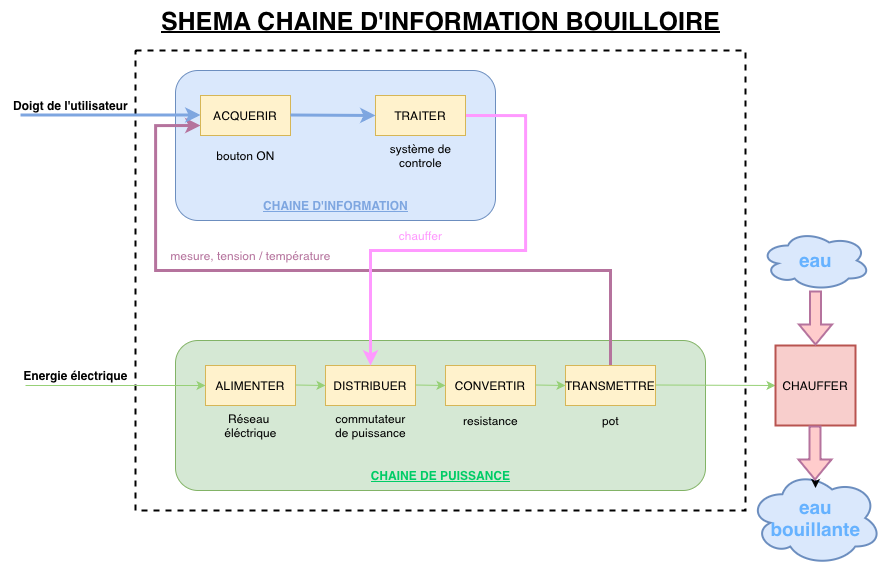
Before: Doc/AF/AFI/boilloire shema.drawio.png, a diagram exported from draw.io (Caillou19/Classeur-SI). Source tidied: cells renumbered, new cells last; positions are measured from the earlier drawing's top-left corner, leaving out a move shared by most shapes.
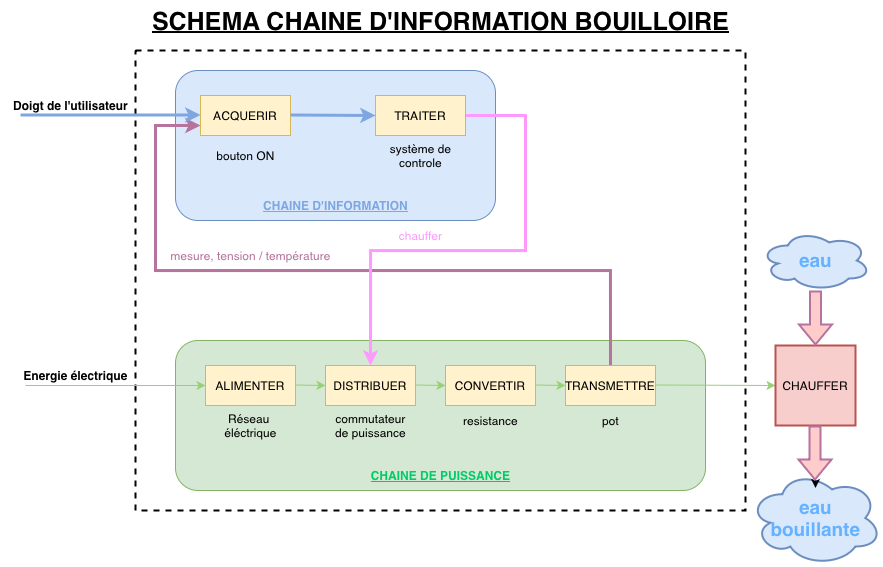
The same diagram one commit later.

The edit, as a diff of the source:
```diff
@@ -151,8 +151,8 @@
     <mxCell id="39" value="&lt;font style=&quot;font-size: 19px;&quot; color=&quot;#66b2ff&quot;&gt;&lt;b style=&quot;&quot;&gt;eau&lt;/b&gt;&lt;/font&gt;&lt;div style=&quot;font-size: 19px;&quot;&gt;&lt;font style=&quot;font-size: 19px;&quot; color=&quot;#66b2ff&quot;&gt;&lt;b style=&quot;&quot;&gt;bouillante&lt;/b&gt;&lt;/font&gt;&lt;/div&gt;" style="text;html=1;align=center;verticalAlign=middle;points=[];strokeColor=none;fillColor=none;" parent="1" vertex="1">
       <mxGeometry x="760" y="487.5" width="110" height="60" as="geometry" />
     </mxCell>
-    <mxCell id="40" value="&lt;font style=&quot;font-size: 25px;&quot;&gt;&lt;b&gt;&lt;u&gt;SHEMA CHAINE D'INFORMATION BOUILLOIRE&lt;/u&gt;&lt;/b&gt;&lt;/font&gt;" style="text;html=1;align=center;verticalAlign=middle;strokeColor=none;fillColor=none;" parent="1" vertex="1">
-      <mxGeometry x="150" width="580" height="40" as="geometry" />
+    <mxCell id="40" value="&lt;font style=&quot;font-size: 25px;&quot;&gt;&lt;b&gt;&lt;u&gt;SCHEMA CHAINE D'INFORMATION BOUILLOIRE&lt;/u&gt;&lt;/b&gt;&lt;/font&gt;" style="text;html=1;align=center;verticalAlign=middle;strokeColor=none;fillColor=none;" parent="1" vertex="1">
+      <mxGeometry x="140" width="600" height="40" as="geometry" />
     </mxCell>
   </root>
 </mxGraphModel>
```
